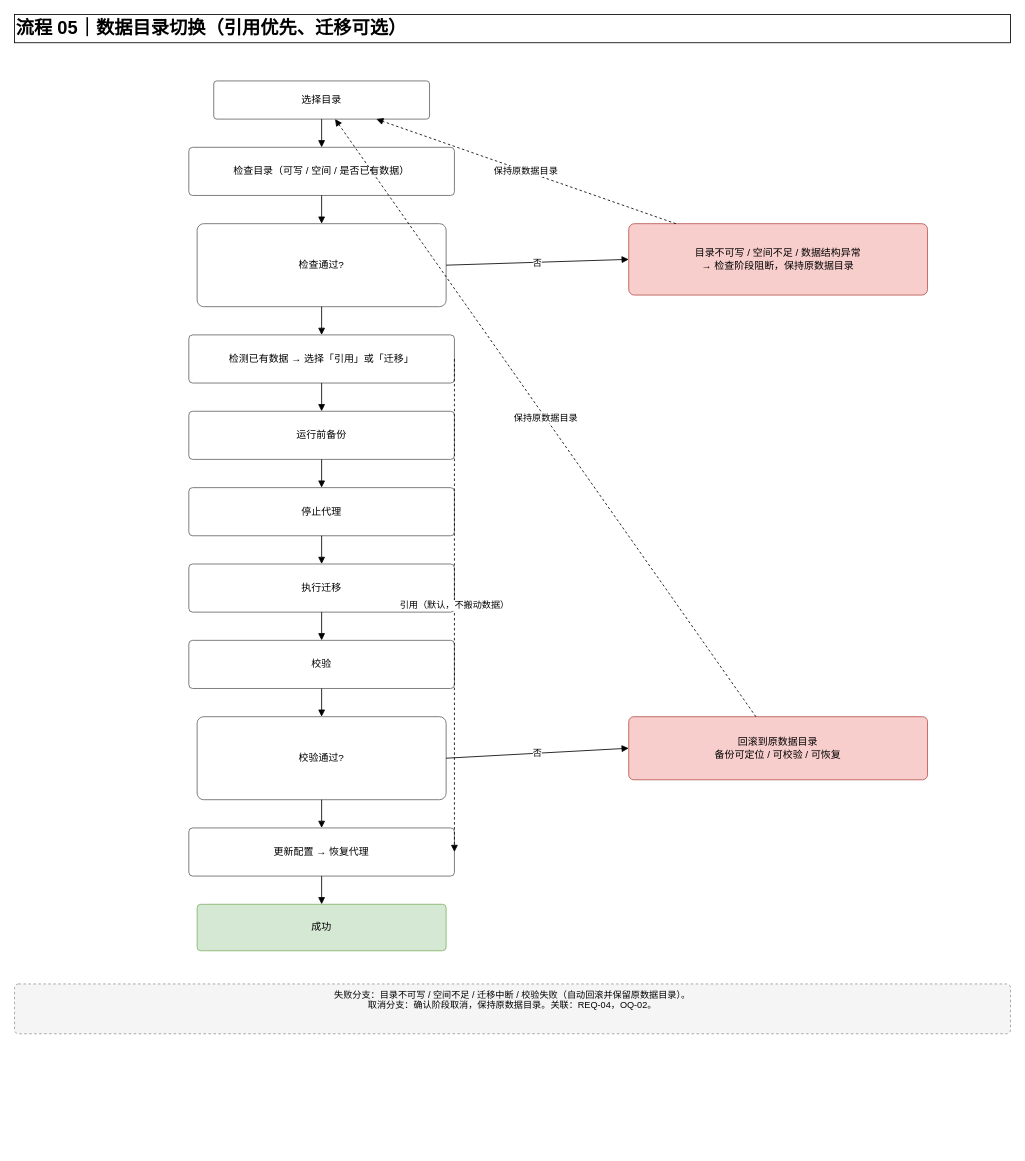
Earlier version of the draw.io diagram page "05-数据目录切换" (5 of 10) of docs/04-项目资料/03-项目协作资料/01-协作包/2026-09-12-OpenCodex桌面管理器需求协作/06-架构与流程/OpenCodex-Desktop-核心流程.drawio (gzers/opencodex-desktop). Source tidied: cells renumbered, new cells numbered last; positions are measured from the earlier drawing's top-left corner, leaving out a move shared by most shapes. Both pictures are drawn from the tidied source at 83%, with x=0, y=0 at pixel (14, 14).
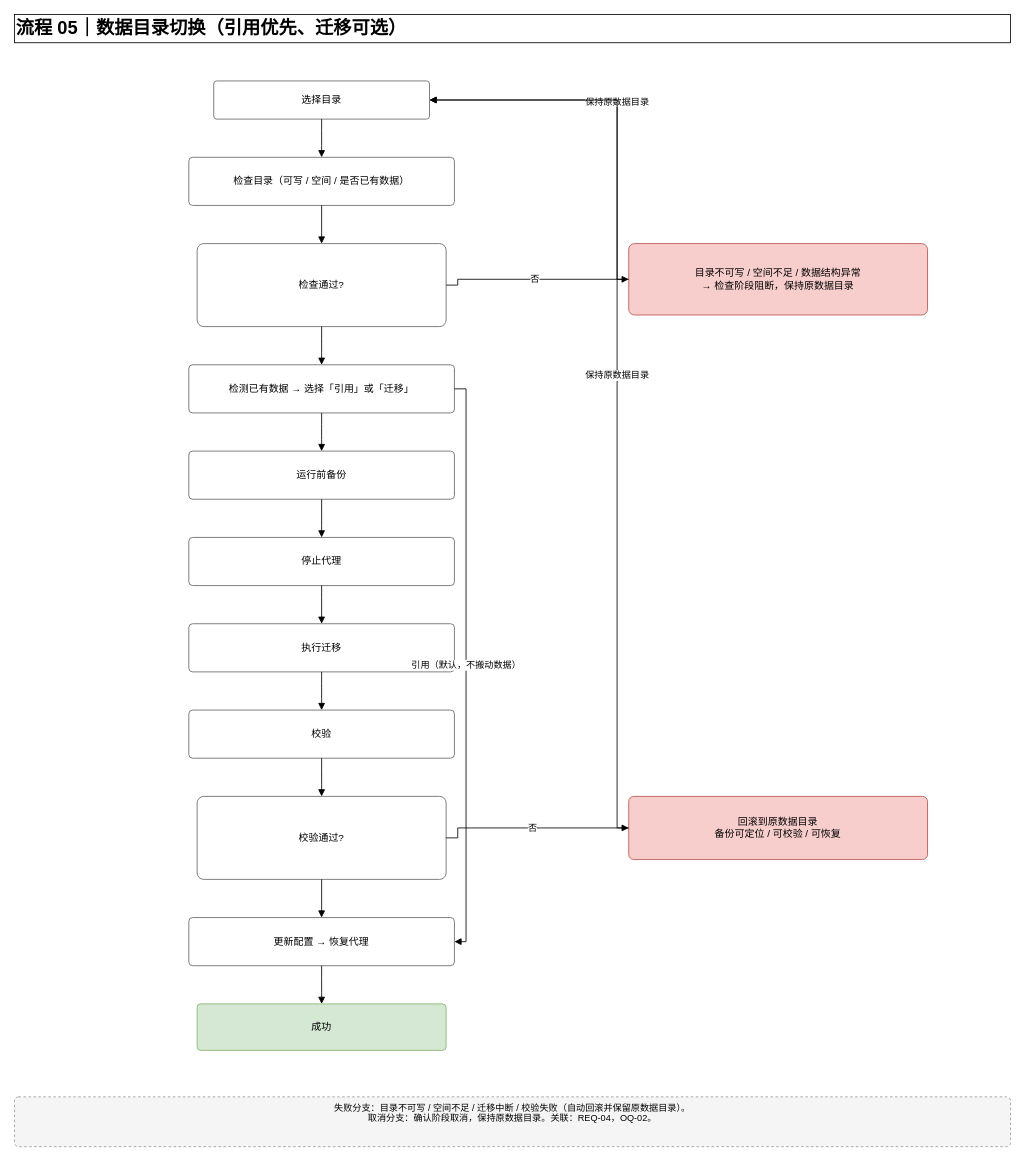
The same diagram, later.

Unchanged cells that the change refers to:
```xml
<mxCell id="3" value="选择目录" style="html=1;whiteSpace=wrap;rounded=1;arcSize=8;fontSize=12;fillColor=#ffffff;strokeColor=#666666;" parent="1" vertex="1">
  <mxGeometry x="240" y="80" width="260" height="46" as="geometry" />
</mxCell>
```

Change to the diagram source:
```diff
@@
     <mxCell id="4" value="检查目录（可写 / 空间 / 是否已有数据）" style="html=1;whiteSpace=wrap;rounded=1;arcSize=8;fontSize=12;fillColor=#ffffff;strokeColor=#666666;" parent="1" vertex="1">
-      <mxGeometry x="210" y="160" width="320" height="58" as="geometry" />
+      <mxGeometry x="210" y="172" width="320" height="58" as="geometry" />
     </mxCell>
     <mxCell id="5" value="检查通过?" style="html=1;whiteSpace=wrap;rounded=1;arcSize=8;fontSize=12;fillColor=#ffffff;strokeColor=#666666;" parent="1" vertex="1">
-      <mxGeometry x="220" y="252" width="300" height="100" as="geometry" />
+      <mxGeometry x="220" y="276" width="300" height="100" as="geometry" />
     </mxCell>
     <mxCell id="6" value="检测已有数据 → 选择「引用」或「迁移」" style="html=1;whiteSpace=wrap;rounded=1;arcSize=8;fontSize=12;fillColor=#ffffff;strokeColor=#666666;" parent="1" vertex="1">
-      <mxGeometry x="210" y="386" width="320" height="58" as="geometry" />
+      <mxGeometry x="210" y="422" width="320" height="58" as="geometry" />
     </mxCell>
     <mxCell id="7" value="运行前备份" style="html=1;whiteSpace=wrap;rounded=1;arcSize=8;fontSize=12;fillColor=#ffffff;strokeColor=#666666;" parent="1" vertex="1">
-      <mxGeometry x="210" y="478" width="320" height="58" as="geometry" />
+      <mxGeometry x="210" y="526" width="320" height="58" as="geometry" />
     </mxCell>
     <mxCell id="8" value="停止代理" style="html=1;whiteSpace=wrap;rounded=1;arcSize=8;fontSize=12;fillColor=#ffffff;strokeColor=#666666;" parent="1" vertex="1">
-      <mxGeometry x="210" y="570" width="320" height="58" as="geometry" />
+      <mxGeometry x="210" y="630" width="320" height="58" as="geometry" />
     </mxCell>
     <mxCell id="9" value="执行迁移" style="html=1;whiteSpace=wrap;rounded=1;arcSize=8;fontSize=12;fillColor=#ffffff;strokeColor=#666666;" parent="1" vertex="1">
-      <mxGeometry x="210" y="662" width="320" height="58" as="geometry" />
+      <mxGeometry x="210" y="734" width="320" height="58" as="geometry" />
     </mxCell>
     <mxCell id="10" value="校验" style="html=1;whiteSpace=wrap;rounded=1;arcSize=8;fontSize=12;fillColor=#ffffff;strokeColor=#666666;" parent="1" vertex="1">
-      <mxGeometry x="210" y="754" width="320" height="58" as="geometry" />
+      <mxGeometry x="210" y="838" width="320" height="58" as="geometry" />
     </mxCell>
     <mxCell id="11" value="校验通过?" style="html=1;whiteSpace=wrap;rounded=1;arcSize=8;fontSize=12;fillColor=#ffffff;strokeColor=#666666;" parent="1" vertex="1">
-      <mxGeometry x="220" y="846" width="300" height="100" as="geometry" />
+      <mxGeometry x="220" y="942" width="300" height="100" as="geometry" />
     </mxCell>
     <mxCell id="12" value="更新配置 → 恢复代理" style="html=1;whiteSpace=wrap;rounded=1;arcSize=8;fontSize=12;fillColor=#ffffff;strokeColor=#666666;" parent="1" vertex="1">
-      <mxGeometry x="210" y="980" width="320" height="58" as="geometry" />
+      <mxGeometry x="210" y="1088" width="320" height="58" as="geometry" />
     </mxCell>
     <mxCell id="13" value="成功" style="html=1;whiteSpace=wrap;rounded=1;arcSize=8;fontSize=12;fillColor=#d5e8d4;strokeColor=#82b366;" parent="1" vertex="1">
-      <mxGeometry x="220" y="1072" width="300" height="56" as="geometry" />
+      <mxGeometry x="220" y="1192" width="300" height="56" as="geometry" />
     </mxCell>
+    <mxCell id="24" value="目录不可写 / 空间不足 / 数据结构异常&lt;br&gt;→ 检查阶段阻断，保持原数据目录" style="html=1;whiteSpace=wrap;rounded=1;arcSize=8;fontSize=12;fillColor=#f8cecc;strokeColor=#b85450;" parent="1" vertex="1">
+      <mxGeometry x="740" y="276" width="360" height="86" as="geometry" />
+    </mxCell>
+    <mxCell id="25" value="回滚到原数据目录&lt;br&gt;备份可定位 / 可校验 / 可恢复" style="html=1;whiteSpace=wrap;rounded=1;arcSize=8;fontSize=12;fillColor=#f8cecc;strokeColor=#b85450;" parent="1" vertex="1">
+      <mxGeometry x="740" y="942" width="360" height="76" as="geometry" />
+    </mxCell>
+    <mxCell id="31" value="失败分支：目录不可写 / 空间不足 / 迁移中断 / 校验失败（自动回滚并保留原数据目录）。&lt;br&gt;取消分支：确认阶段取消，保持原数据目录。关联：REQ-04，OQ-02。" style="html=1;whiteSpace=wrap;rounded=1;arcSize=8;fontSize=11;fillColor=#f5f5f5;strokeColor=#999999;dashed=1;verticalAlign=top;" parent="1" vertex="1">
+      <mxGeometry y="1304" width="1200" height="60" as="geometry" />
+    </mxCell>
-    <mxCell id="14" style="html=1;endArrow=block;endFill=1;rounded=1;fontSize=11;" parent="1" edge="1" source="3" target="4">
-      <mxGeometry relative="1" as="geometry" />
+    <mxCell id="14" style="edgeStyle=none;html=1;rounded=0;endArrow=block;endFill=1;fontSize=11;exitX=0.5;exitY=1;exitDx=0;exitDy=0;entryX=0.5;entryY=0;entryDx=0;entryDy=0;" parent="1" edge="1" source="3" target="4">
+      <mxGeometry relative="1" as="geometry">
+        <Array as="points">
+          <mxPoint x="370" y="140" />
+          <mxPoint x="370" y="158" />
+        </Array>
+      </mxGeometry>
     </mxCell>
-    <mxCell id="15" style="html=1;endArrow=block;endFill=1;rounded=1;fontSize=11;" parent="1" edge="1" source="4" target="5">
-      <mxGeometry relative="1" as="geometry" />
+    <mxCell id="15" style="edgeStyle=none;html=1;rounded=0;endArrow=block;endFill=1;fontSize=11;exitX=0.5;exitY=1;exitDx=0;exitDy=0;entryX=0.5;entryY=0;entryDx=0;entryDy=0;" parent="1" edge="1" source="4" target="5">
+      <mxGeometry relative="1" as="geometry">
+        <Array as="points">
+          <mxPoint x="370" y="244" />
+          <mxPoint x="370" y="262" />
+        </Array>
+      </mxGeometry>
     </mxCell>
-    <mxCell id="16" style="html=1;endArrow=block;endFill=1;rounded=1;fontSize=11;" parent="1" edge="1" source="5" target="6">
-      <mxGeometry relative="1" as="geometry" />
+    <mxCell id="16" style="edgeStyle=none;html=1;rounded=0;endArrow=block;endFill=1;fontSize=11;exitX=0.5;exitY=1;exitDx=0;exitDy=0;entryX=0.5;entryY=0;entryDx=0;entryDy=0;" parent="1" edge="1" source="5" target="6">
+      <mxGeometry relative="1" as="geometry">
+        <Array as="points">
+          <mxPoint x="370" y="390" />
+          <mxPoint x="370" y="408" />
+        </Array>
+      </mxGeometry>
     </mxCell>
-    <mxCell id="17" style="html=1;endArrow=block;endFill=1;rounded=1;fontSize=11;" parent="1" edge="1" source="6" target="7">
-      <mxGeometry relative="1" as="geometry" />
+    <mxCell id="17" style="edgeStyle=none;html=1;rounded=0;endArrow=block;endFill=1;fontSize=11;exitX=0.5;exitY=1;exitDx=0;exitDy=0;entryX=0.5;entryY=0;entryDx=0;entryDy=0;" parent="1" edge="1" source="6" target="7">
+      <mxGeometry relative="1" as="geometry">
+        <Array as="points">
+          <mxPoint x="370" y="494" />
+          <mxPoint x="370" y="512" />
+        </Array>
+      </mxGeometry>
     </mxCell>
-    <mxCell id="18" style="html=1;endArrow=block;endFill=1;rounded=1;fontSize=11;" parent="1" edge="1" source="7" target="8">
-      <mxGeometry relative="1" as="geometry" />
+    <mxCell id="18" style="edgeStyle=none;html=1;rounded=0;endArrow=block;endFill=1;fontSize=11;exitX=0.5;exitY=1;exitDx=0;exitDy=0;entryX=0.5;entryY=0;entryDx=0;entryDy=0;" parent="1" edge="1" source="7" target="8">
+      <mxGeometry relative="1" as="geometry">
+        <Array as="points">
+          <mxPoint x="370" y="598" />
+          <mxPoint x="370" y="616" />
+        </Array>
+      </mxGeometry>
     </mxCell>
-    <mxCell id="19" style="html=1;endArrow=block;endFill=1;rounded=1;fontSize=11;" parent="1" edge="1" source="8" target="9">
-      <mxGeometry relative="1" as="geometry" />
+    <mxCell id="19" style="edgeStyle=none;html=1;rounded=0;endArrow=block;endFill=1;fontSize=11;exitX=0.5;exitY=1;exitDx=0;exitDy=0;entryX=0.5;entryY=0;entryDx=0;entryDy=0;" parent="1" edge="1" source="8" target="9">
+      <mxGeometry relative="1" as="geometry">
+        <Array as="points">
+          <mxPoint x="370" y="702" />
+          <mxPoint x="370" y="720" />
+        </Array>
+      </mxGeometry>
     </mxCell>
-    <mxCell id="20" style="html=1;endArrow=block;endFill=1;rounded=1;fontSize=11;" parent="1" edge="1" source="9" target="10">
-      <mxGeometry relative="1" as="geometry" />
+    <mxCell id="20" style="edgeStyle=none;html=1;rounded=0;endArrow=block;endFill=1;fontSize=11;exitX=0.5;exitY=1;exitDx=0;exitDy=0;entryX=0.5;entryY=0;entryDx=0;entryDy=0;" parent="1" edge="1" source="9" target="10">
+      <mxGeometry relative="1" as="geometry">
+        <Array as="points">
+          <mxPoint x="370" y="806" />
+          <mxPoint x="370" y="824" />
+        </Array>
+      </mxGeometry>
     </mxCell>
-    <mxCell id="21" style="html=1;endArrow=block;endFill=1;rounded=1;fontSize=11;" parent="1" edge="1" source="10" target="11">
-      <mxGeometry relative="1" as="geometry" />
+    <mxCell id="21" style="edgeStyle=none;html=1;rounded=0;endArrow=block;endFill=1;fontSize=11;exitX=0.5;exitY=1;exitDx=0;exitDy=0;entryX=0.5;entryY=0;entryDx=0;entryDy=0;" parent="1" edge="1" source="10" target="11">
+      <mxGeometry relative="1" as="geometry">
+        <Array as="points">
+          <mxPoint x="370" y="910" />
+          <mxPoint x="370" y="928" />
+        </Array>
+      </mxGeometry>
     </mxCell>
-    <mxCell id="22" style="html=1;endArrow=block;endFill=1;rounded=1;fontSize=11;" parent="1" edge="1" source="11" target="12">
-      <mxGeometry relative="1" as="geometry" />
+    <mxCell id="22" style="edgeStyle=none;html=1;rounded=0;endArrow=block;endFill=1;fontSize=11;exitX=0.5;exitY=1;exitDx=0;exitDy=0;entryX=0.5;entryY=0;entryDx=0;entryDy=0;" parent="1" edge="1" source="11" target="12">
+      <mxGeometry relative="1" as="geometry">
+        <Array as="points">
+          <mxPoint x="370" y="1056" />
+          <mxPoint x="370" y="1074" />
+        </Array>
+      </mxGeometry>
     </mxCell>
-    <mxCell id="23" style="html=1;endArrow=block;endFill=1;rounded=1;fontSize=11;" parent="1" edge="1" source="12" target="13">
-      <mxGeometry relative="1" as="geometry" />
+    <mxCell id="23" style="edgeStyle=none;html=1;rounded=0;endArrow=block;endFill=1;fontSize=11;exitX=0.5;exitY=1;exitDx=0;exitDy=0;entryX=0.5;entryY=0;entryDx=0;entryDy=0;" parent="1" edge="1" source="12" target="13">
+      <mxGeometry relative="1" as="geometry">
+        <Array as="points">
+          <mxPoint x="370" y="1160" />
+          <mxPoint x="370" y="1178" />
+        </Array>
+      </mxGeometry>
     </mxCell>
-    <mxCell id="24" value="目录不可写 / 空间不足 / 数据结构异常&lt;br&gt;→ 检查阶段阻断，保持原数据目录" style="html=1;whiteSpace=wrap;rounded=1;arcSize=8;fontSize=12;fillColor=#f8cecc;strokeColor=#b85450;" parent="1" vertex="1">
-      <mxGeometry x="740" y="252" width="360" height="86" as="geometry" />
-    </mxCell>
-    <mxCell id="25" value="回滚到原数据目录&lt;br&gt;备份可定位 / 可校验 / 可恢复" style="html=1;whiteSpace=wrap;rounded=1;arcSize=8;fontSize=12;fillColor=#f8cecc;strokeColor=#b85450;" parent="1" vertex="1">
-      <mxGeometry x="740" y="846" width="360" height="76" as="geometry" />
-    </mxCell>
-    <mxCell id="26" value="否" style="html=1;endArrow=block;endFill=1;rounded=1;fontSize=11;exitX=1;exitY=0.5;exitDx=0;exitDy=0;entryX=0;entryY=0.5;entryDx=0;entryDy=0;" parent="1" edge="1" source="5" target="24">
-      <mxGeometry relative="1" as="geometry" />
+    <mxCell id="26" value="否" style="edgeStyle=none;html=1;rounded=0;endArrow=block;endFill=1;fontSize=11;exitX=1;exitY=0.5;exitDx=0;exitDy=0;entryX=0;entryY=0.5;entryDx=0;entryDy=0;" parent="1" edge="1" source="5" target="24">
+      <mxGeometry relative="1" as="geometry">
+        <Array as="points">
+          <mxPoint x="534" y="326" />
+          <mxPoint x="534" y="319" />
+          <mxPoint x="726" y="319" />
+        </Array>
+      </mxGeometry>
     </mxCell>
-    <mxCell id="27" value="否" style="html=1;endArrow=block;endFill=1;rounded=1;fontSize=11;exitX=1;exitY=0.5;exitDx=0;exitDy=0;entryX=0;entryY=0.5;entryDx=0;entryDy=0;" parent="1" edge="1" source="11" target="25">
-      <mxGeometry relative="1" as="geometry" />
+    <mxCell id="27" value="否" style="edgeStyle=none;html=1;rounded=0;endArrow=block;endFill=1;fontSize=11;exitX=1;exitY=0.5;exitDx=0;exitDy=0;entryX=0;entryY=0.5;entryDx=0;entryDy=0;" parent="1" edge="1" source="11" target="25">
+      <mxGeometry relative="1" as="geometry">
+        <Array as="points">
+          <mxPoint x="534" y="992" />
+          <mxPoint x="534" y="980" />
+          <mxPoint x="726" y="980" />
+        </Array>
+      </mxGeometry>
     </mxCell>
-    <mxCell id="28" value="保持原数据目录" style="html=1;endArrow=block;endFill=1;rounded=1;fontSize=11;dashed=1;" parent="1" edge="1" source="24" target="3">
-      <mxGeometry relative="1" as="geometry" />
+    <mxCell id="28" value="保持原数据目录" style="edgeStyle=none;html=1;rounded=0;endArrow=block;endFill=1;fontSize=11;exitX=0;exitY=0.5;exitDx=0;exitDy=0;entryX=1;entryY=0.5;entryDx=0;entryDy=0;" parent="1" edge="1" source="24" target="3">
+      <mxGeometry relative="1" as="geometry">
+        <Array as="points">
+          <mxPoint x="726" y="319" />
+          <mxPoint x="726" y="103" />
+          <mxPoint x="514" y="103" />
+        </Array>
+      </mxGeometry>
     </mxCell>
-    <mxCell id="29" value="保持原数据目录" style="html=1;endArrow=block;endFill=1;rounded=1;fontSize=11;dashed=1;" parent="1" edge="1" source="25" target="3">
-      <mxGeometry relative="1" as="geometry" />
+    <mxCell id="29" value="保持原数据目录" style="edgeStyle=none;html=1;rounded=0;endArrow=block;endFill=1;fontSize=11;exitX=0;exitY=0.5;exitDx=0;exitDy=0;entryX=1;entryY=0.5;entryDx=0;entryDy=0;" parent="1" edge="1" source="25" target="3">
+      <mxGeometry relative="1" as="geometry">
+        <Array as="points">
+          <mxPoint x="726" y="980" />
+          <mxPoint x="726" y="103" />
+          <mxPoint x="514" y="103" />
+        </Array>
+      </mxGeometry>
     </mxCell>
-    <mxCell id="30" value="引用（默认，不搬动数据）" style="html=1;endArrow=block;endFill=1;rounded=1;fontSize=11;dashed=1;exitX=1;exitY=0.5;exitDx=0;exitDy=0;entryX=1;entryY=0.5;entryDx=0;entryDy=0;" parent="1" edge="1" source="6" target="12">
-      <mxGeometry relative="1" as="geometry" />
+    <mxCell id="30" value="引用（默认，不搬动数据）" style="edgeStyle=none;html=1;rounded=0;endArrow=block;endFill=1;fontSize=11;exitX=1;exitY=0.5;exitDx=0;exitDy=0;entryX=1;entryY=0.5;entryDx=0;entryDy=0;" parent="1" edge="1" source="6" target="12">
+      <mxGeometry relative="1" as="geometry">
+        <Array as="points">
+          <mxPoint x="544" y="451" />
+          <mxPoint x="544" y="1117" />
+        </Array>
+      </mxGeometry>
     </mxCell>
-    <mxCell id="31" value="失败分支：目录不可写 / 空间不足 / 迁移中断 / 校验失败（自动回滚并保留原数据目录）。&lt;br&gt;取消分支：确认阶段取消，保持原数据目录。关联：REQ-04，OQ-02。" style="html=1;whiteSpace=wrap;rounded=1;arcSize=8;fontSize=11;fillColor=#f5f5f5;strokeColor=#999999;dashed=1;verticalAlign=top;" parent="1" vertex="1">
-      <mxGeometry y="1168" width="1200" height="60" as="geometry" />
-    </mxCell>
```
